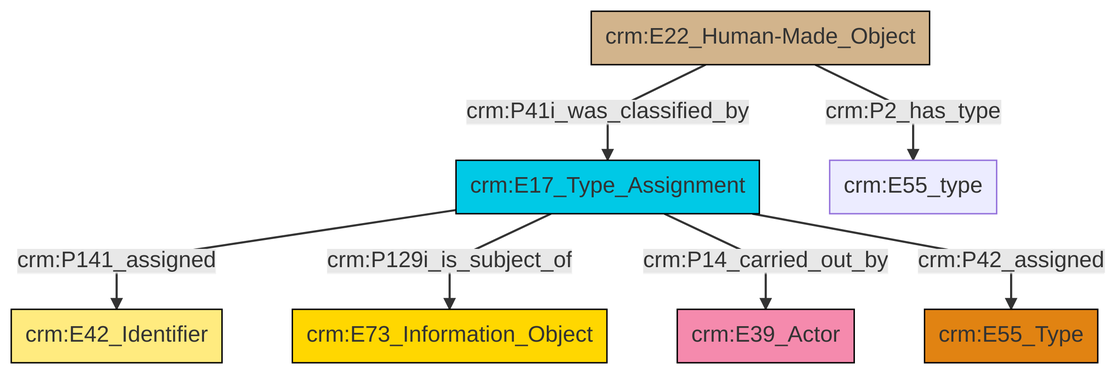
Above: et/builtWorkCSV/ttl/mmd/png/Built_Work_designation_status.png in swiss-art-research-net/docs.swissartresearch (Mermaid), before the change. Its source is kept beside it as et/builtWorkCSV/ttl/mmd/Built_Work_designation_status.ttl.mmd.
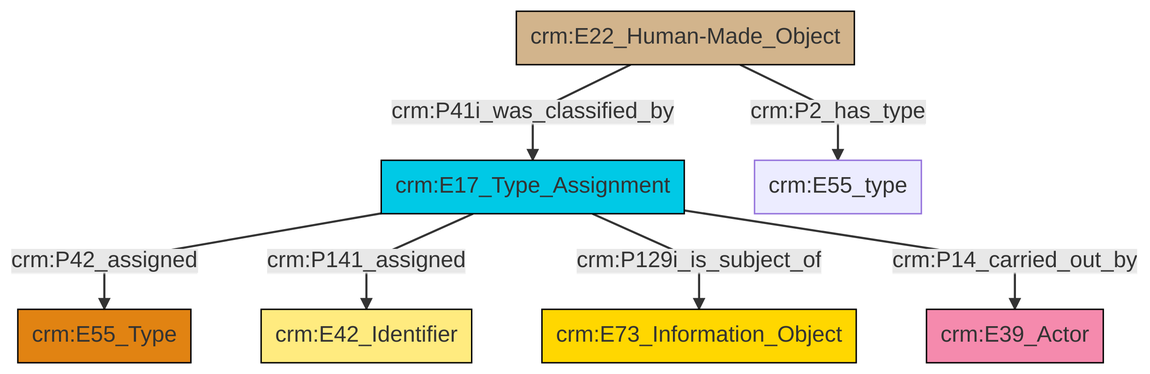
After the commit.

What changed in the source:
```diff
@@ -13,9 +13,9 @@
 classDef PC_Classes fill:#4ce600, stroke:#000000;
 classDef Multi fill:#cccccc,stroke:#000000;
 
-0["crm:E22_Human-Made_Object"]:::Physical_Thing -->|crm:P41i_was_classified_by| 1["crm:E17_Type_Assignment"]:::Temporal_Entity
-1["crm:E17_Type_Assignment"]:::Temporal_Entity -->|crm:P141_assigned| 4["crm:E42_Identifier"]:::Appellation
-1["crm:E17_Type_Assignment"]:::Temporal_Entity -->|crm:P129i_is_subject_of| 8["crm:E73_Information_Object"]:::Conceptual_Object
-1["crm:E17_Type_Assignment"]:::Temporal_Entity -->|crm:P14_carried_out_by| 6["crm:E39_Actor"]:::Actor
-1["crm:E17_Type_Assignment"]:::Temporal_Entity -->|crm:P42_assigned| 2["crm:E55_Type"]:::Type
-0["crm:E22_Human-Made_Object"]:::Physical_Thing -->|crm:P2_has_type| 12["crm:E55_type"]:::Default
+0["crm:E22_Human-Made_Object"]:::Physical_Thing -->|crm:P41i_was_classified_by| 4["crm:E17_Type_Assignment"]:::Temporal_Entity
+4["crm:E17_Type_Assignment"]:::Temporal_Entity -->|crm:P42_assigned| 2["crm:E55_Type"]:::Type
+4["crm:E17_Type_Assignment"]:::Temporal_Entity -->|crm:P141_assigned| 6["crm:E42_Identifier"]:::Appellation
+0["crm:E22_Human-Made_Object"]:::Physical_Thing -->|crm:P2_has_type| 8["crm:E55_type"]:::Default
+4["crm:E17_Type_Assignment"]:::Temporal_Entity -->|crm:P129i_is_subject_of| 11["crm:E73_Information_Object"]:::Conceptual_Object
+4["crm:E17_Type_Assignment"]:::Temporal_Entity -->|crm:P14_carried_out_by| 12["crm:E39_Actor"]:::Actor
```
